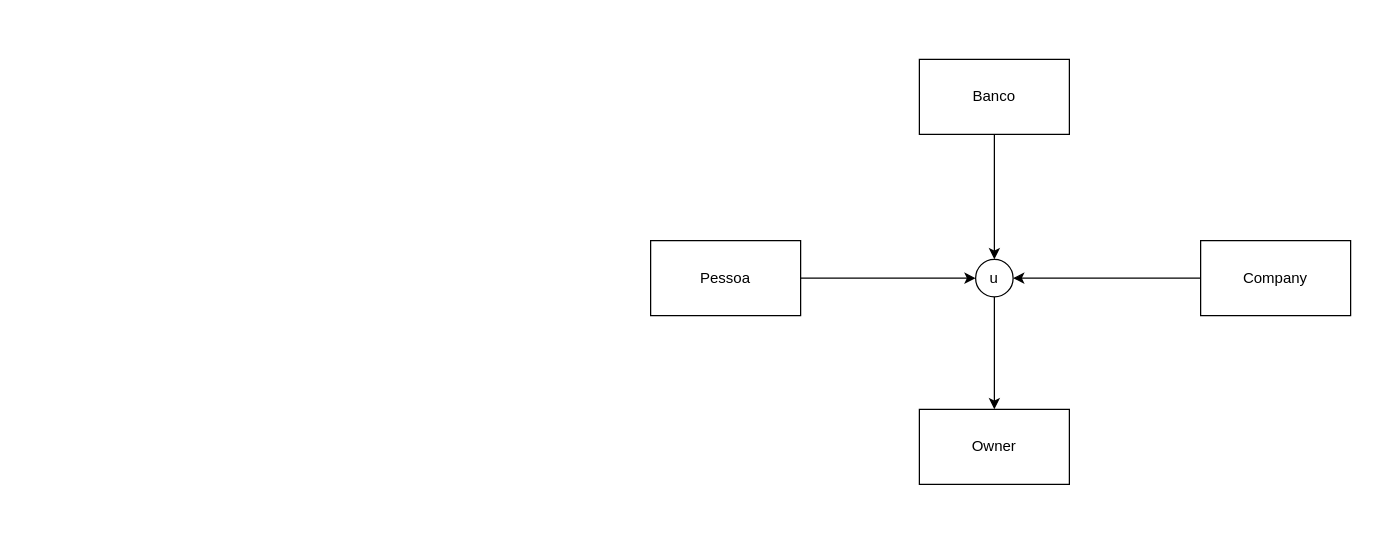
Above: Diagrama sem nome.drawio in mariamiraglia/mariamiraglia (draw.io), before the change. Source tidied: cells renumbered, new cells numbered last; positions are measured from the earlier drawing's top-left corner, leaving out a move shared by most shapes. Both pictures are drawn from the tidied source at 125%, with x=0, y=0 at pixel (650, 59).
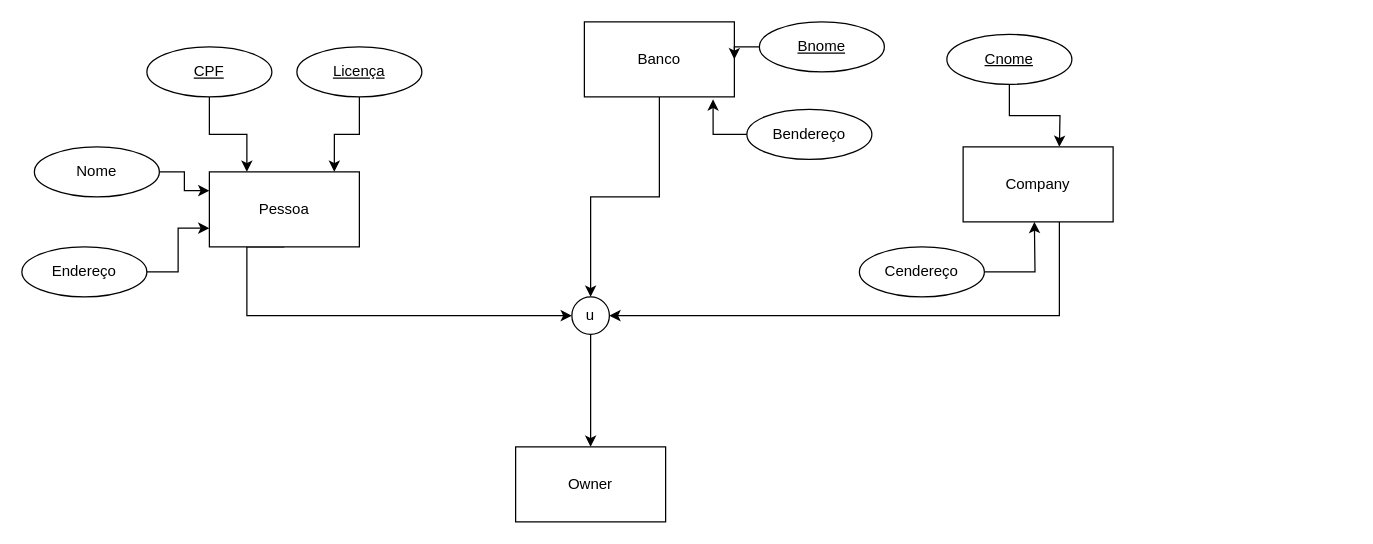
Above is the later version.

Change to the diagram source:
```diff
@@
-    <mxCell id="2" style="edgeStyle=orthogonalEdgeStyle;rounded=0;jettySize=auto;html=1;exitX=1;exitY=0.5;exitDx=0;exitDy=0;entryX=0;entryY=0.5;entryDx=0;entryDy=0;" parent="1" edge="1" source="3" target="9">
-      <mxGeometry relative="1" as="geometry" />
+    <mxCell id="2" style="edgeStyle=orthogonalEdgeStyle;rounded=0;jettySize=auto;html=1;exitX=0.5;exitY=1;exitDx=0;exitDy=0;entryX=0;entryY=0.5;entryDx=0;entryDy=0;" parent="1" edge="1" source="3" target="9">
+      <mxGeometry relative="1" as="geometry">
+        <Array as="points">
+          <mxPoint x="-323" y="205" />
+        </Array>
+      </mxGeometry>
     </mxCell>
     <mxCell id="3" value="Pessoa" style="rounded=0;whiteSpace=wrap;html=1;" parent="1" vertex="1">
-      <mxGeometry y="145" width="120" height="60" as="geometry" />
+      <mxGeometry x="-353" y="90" width="120" height="60" as="geometry" />
     </mxCell>
@@
     <mxCell id="5" value="Banco" style="rounded=0;whiteSpace=wrap;html=1;" parent="1" vertex="1">
-      <mxGeometry x="215" width="120" height="60" as="geometry" />
+      <mxGeometry x="-53" y="-30" width="120" height="60" as="geometry" />
     </mxCell>
-    <mxCell id="6" style="edgeStyle=orthogonalEdgeStyle;rounded=0;jettySize=auto;html=1;exitX=0;exitY=0.5;exitDx=0;exitDy=0;entryX=1;entryY=0.5;entryDx=0;entryDy=0;" parent="1" edge="1" source="7" target="9">
-      <mxGeometry relative="1" as="geometry" />
+    <mxCell id="6" style="edgeStyle=orthogonalEdgeStyle;rounded=0;jettySize=auto;html=1;entryX=1;entryY=0.5;entryDx=0;entryDy=0;exitX=0.5;exitY=1;exitDx=0;exitDy=0;" parent="1" edge="1" target="9">
+      <mxGeometry relative="1" as="geometry">
+        <mxPoint x="327" y="130" as="sourcePoint" />
+        <Array as="points">
+          <mxPoint x="327" y="205" />
+        </Array>
+      </mxGeometry>
     </mxCell>
     <mxCell id="7" value="Company" style="rounded=0;whiteSpace=wrap;html=1;" parent="1" vertex="1">
-      <mxGeometry x="440" y="145" width="120" height="60" as="geometry" />
+      <mxGeometry x="250" y="70" width="120" height="60" as="geometry" />
     </mxCell>
@@
     <mxCell id="9" value="u" style="ellipse;whiteSpace=wrap;html=1;" parent="1" vertex="1">
-      <mxGeometry x="260" y="160" width="30" height="30" as="geometry" />
+      <mxGeometry x="-63" y="190" width="30" height="30" as="geometry" />
     </mxCell>
     <mxCell id="10" value="Owner" style="rounded=0;whiteSpace=wrap;html=1;" parent="1" vertex="1">
-      <mxGeometry x="215" y="280" width="120" height="60" as="geometry" />
+      <mxGeometry x="-108" y="310" width="120" height="60" as="geometry" />
     </mxCell>
+    <mxCell id="11" style="edgeStyle=orthogonalEdgeStyle;rounded=0;jettySize=auto;html=1;exitX=0.5;exitY=1;exitDx=0;exitDy=0;entryX=0.833;entryY=0;entryDx=0;entryDy=0;entryPerimeter=0;" parent="1" edge="1" source="12" target="3">
+      <mxGeometry relative="1" as="geometry" />
+    </mxCell>
+    <mxCell id="12" value="Licença" style="ellipse;whiteSpace=wrap;html=1;align=center;fontStyle=4;" parent="1" vertex="1">
+      <mxGeometry x="-283" y="-10" width="100" height="40" as="geometry" />
+    </mxCell>
+    <mxCell id="13" style="edgeStyle=orthogonalEdgeStyle;rounded=0;jettySize=auto;html=1;exitX=0.5;exitY=1;exitDx=0;exitDy=0;entryX=0.25;entryY=0;entryDx=0;entryDy=0;" parent="1" edge="1" source="14" target="3">
+      <mxGeometry relative="1" as="geometry" />
+    </mxCell>
+    <mxCell id="14" value="CPF" style="ellipse;whiteSpace=wrap;html=1;align=center;fontStyle=4;" parent="1" vertex="1">
+      <mxGeometry x="-403" y="-10" width="100" height="40" as="geometry" />
+    </mxCell>
+    <mxCell id="15" style="edgeStyle=orthogonalEdgeStyle;rounded=0;jettySize=auto;html=1;exitX=1;exitY=0.5;exitDx=0;exitDy=0;entryX=0;entryY=0.75;entryDx=0;entryDy=0;" parent="1" edge="1" source="16" target="3">
+      <mxGeometry relative="1" as="geometry" />
+    </mxCell>
+    <mxCell id="16" value="Endereço&lt;br&gt;" style="ellipse;whiteSpace=wrap;html=1;align=center;" parent="1" vertex="1">
+      <mxGeometry x="-503" y="150" width="100" height="40" as="geometry" />
+    </mxCell>
+    <mxCell id="17" style="edgeStyle=orthogonalEdgeStyle;rounded=0;jettySize=auto;html=1;exitX=1;exitY=0.5;exitDx=0;exitDy=0;entryX=0;entryY=0.25;entryDx=0;entryDy=0;" parent="1" edge="1" source="18" target="3">
+      <mxGeometry relative="1" as="geometry" />
+    </mxCell>
+    <mxCell id="18" value="Nome" style="ellipse;whiteSpace=wrap;html=1;align=center;" parent="1" vertex="1">
+      <mxGeometry x="-493" y="70" width="100" height="40" as="geometry" />
+    </mxCell>
+    <mxCell id="19" style="edgeStyle=orthogonalEdgeStyle;rounded=0;jettySize=auto;html=1;exitX=0;exitY=0.5;exitDx=0;exitDy=0;" parent="1" edge="1" source="20" target="5">
+      <mxGeometry relative="1" as="geometry" />
+    </mxCell>
+    <mxCell id="20" value="Bnome" style="ellipse;whiteSpace=wrap;html=1;align=center;fontStyle=4;" parent="1" vertex="1">
+      <mxGeometry x="87" y="-30" width="100" height="40" as="geometry" />
+    </mxCell>
+    <mxCell id="21" style="edgeStyle=orthogonalEdgeStyle;rounded=0;jettySize=auto;html=1;exitX=0;exitY=0.5;exitDx=0;exitDy=0;entryX=0.858;entryY=1.033;entryDx=0;entryDy=0;entryPerimeter=0;" parent="1" edge="1" source="22" target="5">
+      <mxGeometry relative="1" as="geometry" />
+    </mxCell>
+    <mxCell id="22" value="Bendereço" style="ellipse;whiteSpace=wrap;html=1;align=center;" parent="1" vertex="1">
+      <mxGeometry x="77" y="40" width="100" height="40" as="geometry" />
+    </mxCell>
+    <mxCell id="23" style="edgeStyle=orthogonalEdgeStyle;rounded=0;jettySize=auto;html=1;exitX=0.5;exitY=1;exitDx=0;exitDy=0;" parent="1" edge="1" source="24">
+      <mxGeometry relative="1" as="geometry">
+        <mxPoint x="327" y="70" as="targetPoint" />
+      </mxGeometry>
+    </mxCell>
+    <mxCell id="24" value="Cnome" style="ellipse;whiteSpace=wrap;html=1;align=center;fontStyle=4;" parent="1" vertex="1">
+      <mxGeometry x="237" y="-20" width="100" height="40" as="geometry" />
+    </mxCell>
+    <mxCell id="25" style="edgeStyle=orthogonalEdgeStyle;rounded=0;jettySize=auto;html=1;exitX=1;exitY=0.5;exitDx=0;exitDy=0;entryX=0.333;entryY=1;entryDx=0;entryDy=0;entryPerimeter=0;" parent="1" edge="1" source="26">
+      <mxGeometry relative="1" as="geometry">
+        <mxPoint x="307" y="130" as="targetPoint" />
+      </mxGeometry>
+    </mxCell>
+    <mxCell id="26" value="Cendereço" style="ellipse;whiteSpace=wrap;html=1;align=center;" parent="1" vertex="1">
+      <mxGeometry x="167" y="150" width="100" height="40" as="geometry" />
+    </mxCell>
```
